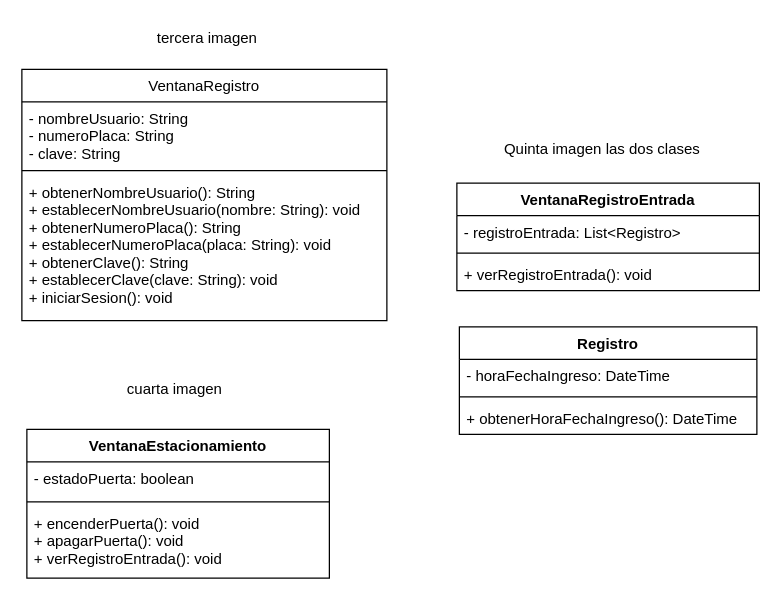
Before: lib/VentanaResgistro.drawio in BrandonFreire/ProyectoBimestre, a draw.io diagram. Source tidied: cells renumbered, new cells numbered last; positions are measured from the earlier drawing's top-left corner, leaving out a move shared by most shapes. Both pictures are drawn from the tidied source at 125%, with x=0, y=0 at pixel (21, 21).
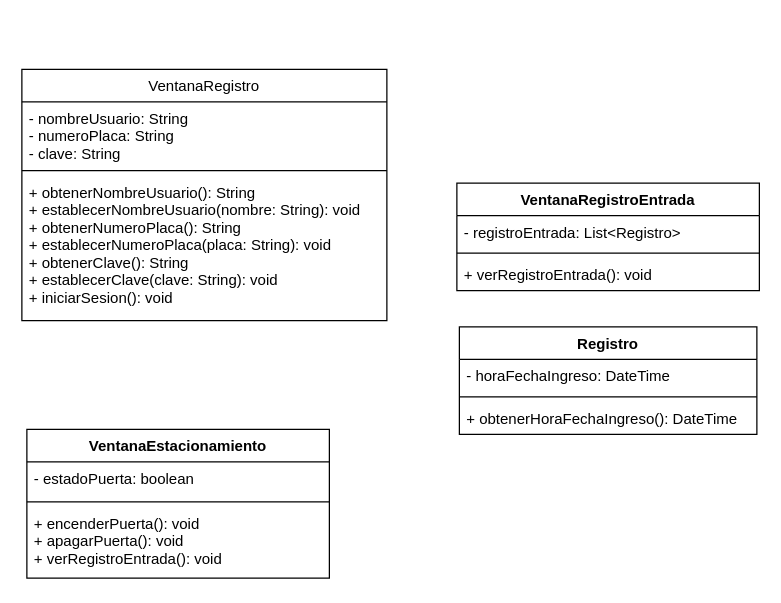
Above is the later version.

The edit, as a diff of the source:
```diff
@@
-    <mxCell id="18" value="tercera imagen" style="text;html=1;align=center;verticalAlign=middle;strokeColor=none;fillColor=none;" parent="1" vertex="1">
-      <mxGeometry x="99" width="98" height="26" as="geometry" />
-    </mxCell>
-    <mxCell id="19" value="cuarta imagen" style="text;html=1;align=center;verticalAlign=middle;strokeColor=none;fillColor=none;" parent="1" vertex="1">
-      <mxGeometry x="75" y="281" width="94" height="26" as="geometry" />
-    </mxCell>
-    <mxCell id="20" value="Quinta imagen las dos clases" style="text;html=1;align=center;verticalAlign=middle;strokeColor=none;fillColor=none;" parent="1" vertex="1">
-      <mxGeometry x="376" y="89" width="175" height="26" as="geometry" />
-    </mxCell>
```
